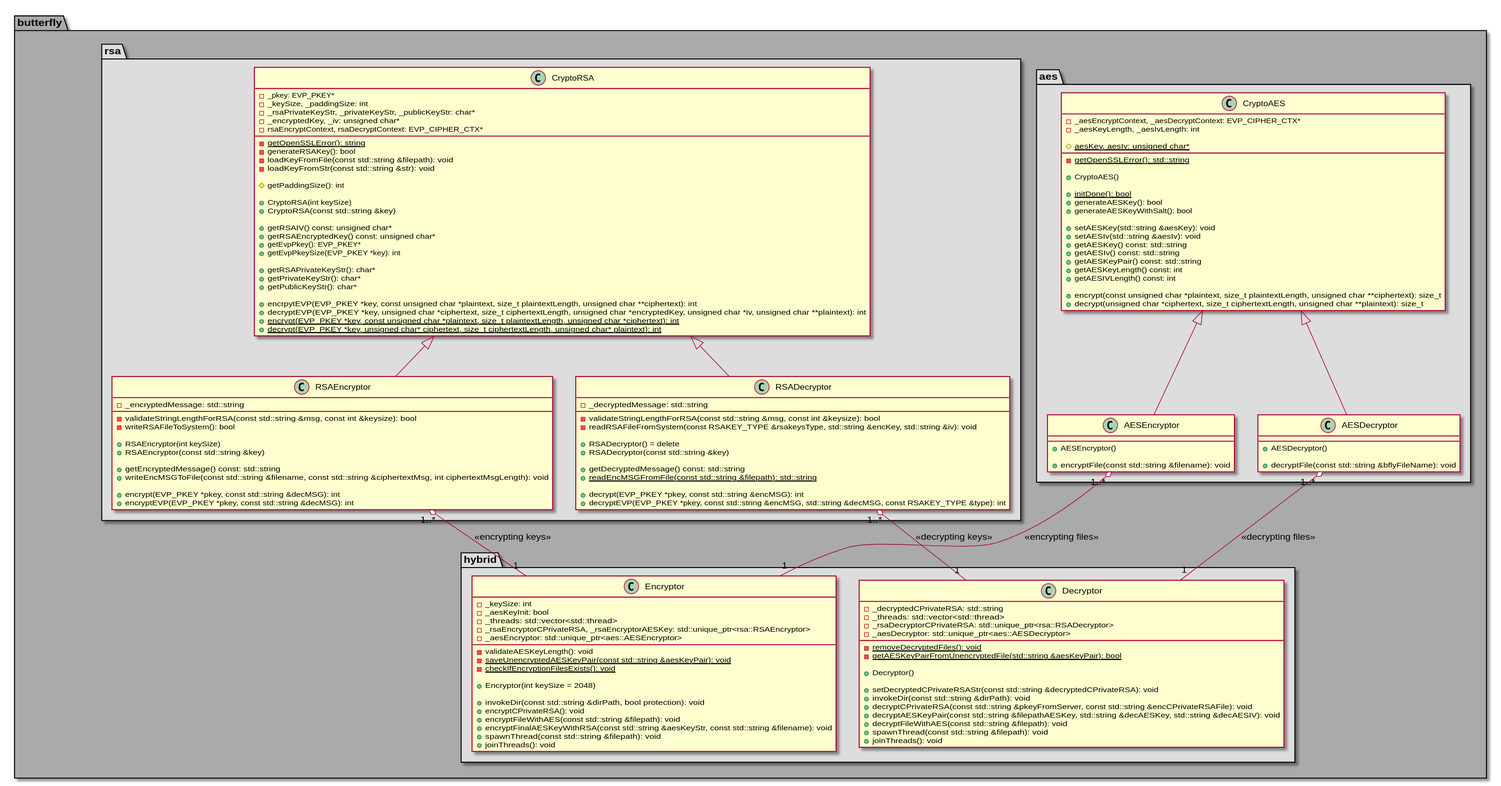
This is architecture/class_diagrams/crypto/hybrid.svg from bierschi/butterfly, a PlantUML export, as it was before one commit.
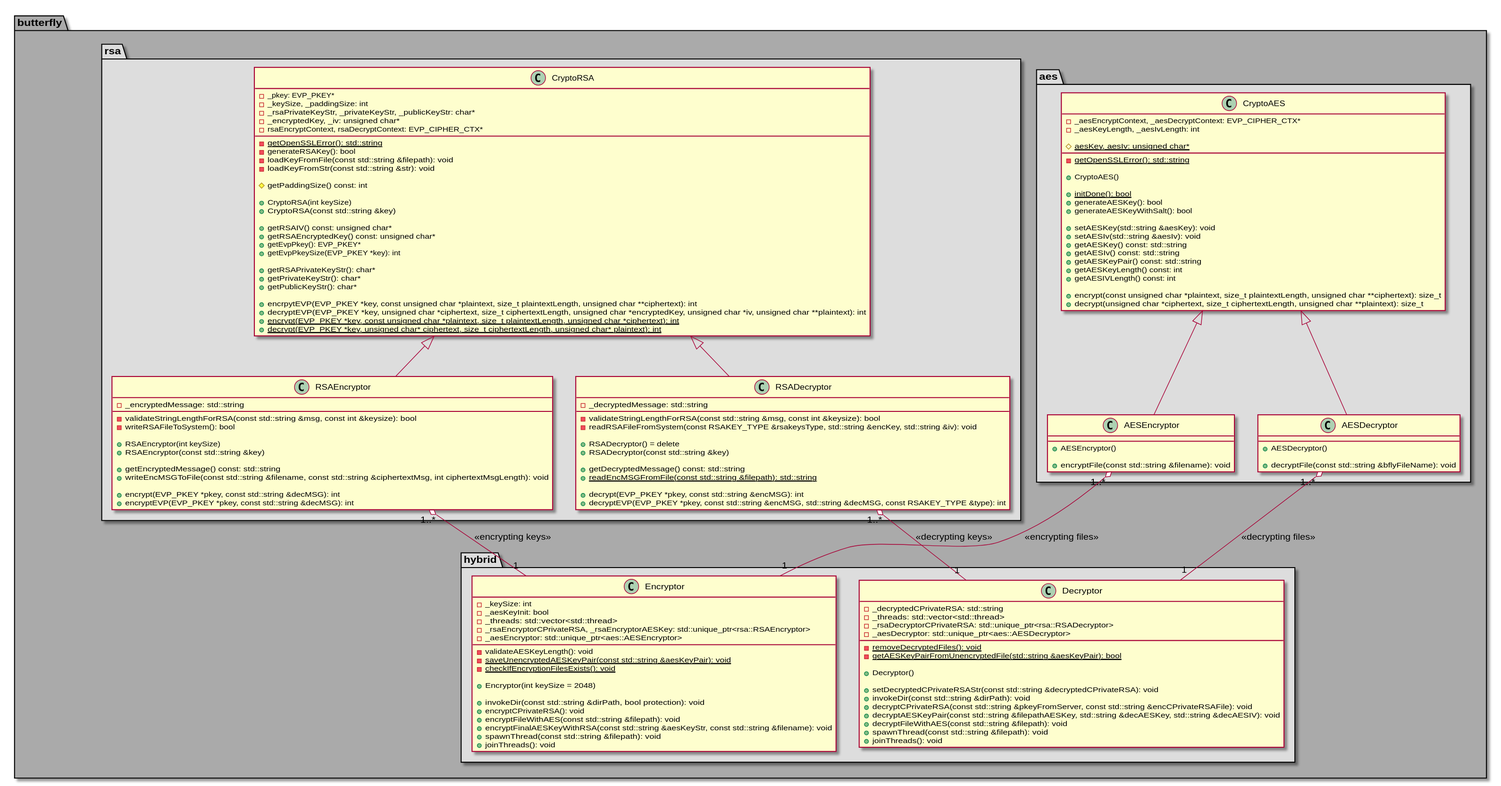
Later version of the same file.

What changed in the source:
```diff
@@ -5,121 +5,137 @@
 
 package aes #DDDDDD
 {
-    class CryptoAES
-    {
-        - _aesEncryptContext, _aesDecryptContext: EVP_CIPHER_CTX*
-        - _aesKeyLength, _aesIvLength: int
 
-        # {static} aesKey, aesIv: unsigned char*
+class CryptoAES
+{
+    - _aesEncryptContext, _aesDecryptContext: EVP_CIPHER_CTX*
+    - _aesKeyLength, _aesIvLength: int
 
-        - {static} getOpenSSLError(): std::string
+    # {static} aesKey, aesIv: unsigned char*
 
-        + CryptoAES()
+    - {static} getOpenSSLError(): std::string
 
-        + {static} initDone(): bool
-        + generateAESKey(): bool
-        + generateAESKeyWithSalt(): bool
+    + CryptoAES()
 
-        + setAESKey(std::string &aesKey): void
-        + setAESIv(std::string &aesIv): void
-        + getAESKey() const: std::string
-        + getAESIv() const: std::string
-        + getAESKeyPair() const: std::string
-        + getAESKeyLength() const: int
-        + getAESIVLength() const: int
+    + {static} initDone(): bool
+    + generateAESKey(): bool
+    + generateAESKeyWithSalt(): bool
 
-        + encrypt(const unsigned char *plaintext, size_t plaintextLength, unsigned char **ciphertext): size_t
-        + decrypt(unsigned char *ciphertext, size_t ciphertextLength, unsigned char **plaintext): size_t
-    }
+    + setAESKey(std::string &aesKey): void
+    + setAESIv(std::string &aesIv): void
+    + getAESKey() const: std::string
+    + getAESIv() const: std::string
+    + getAESKeyPair() const: std::string
+    + getAESKeyLength() const: int
+    + getAESIVLength() const: int
 
+    + encrypt(const unsigned char *plaintext, size_t plaintextLength, unsigned char **ciphertext): size_t
+    + decrypt(unsigned char *ciphertext, size_t ciphertextLength, unsigned char **plaintext): size_t
+}
 
-    class AESEncryptor
-    {
-        + AESEncryptor()
+class AESEncryptor
+{
+    + AESEncryptor()
 
-        + encryptFile(const std::string &filename): void
-
-    }
-
-    class AESDecryptor
-    {
-        + AESDecryptor()
-
-        + decryptFile(const std::string &bflyFileName): void
-    }
+    + encryptFile(const std::string &filename): void
 
 }
 
+class AESDecryptor
+{
+    + AESDecryptor()
+
+    + decryptFile(const std::string &bflyFileName): void
+}
+
+CryptoAES <|-- AESEncryptor
+CryptoAES <|-- AESDecryptor
+
+}
+
+}
+
+package butterfly #AAAAAA
+{
+
 package rsa #DDDDDD
 {
-    class CryptoRSA
-    {
-        - _pkey: EVP_PKEY*
-        - _keySize, _paddingSize: int
-        - _rsaPrivateKeyStr, _privateKeyStr, _publicKeyStr: char*
-        - _encryptedKey, _iv: unsigned char*
-        - rsaEncryptContext, rsaDecryptContext: EVP_CIPHER_CTX*
 
-        - {static} getOpenSSLError(): string
-        - generateRSAKey(): bool
-        - loadKeyFromFile(const std::string &filepath): void
-        - loadKeyFromStr(const std::string &str): void
+class CryptoRSA
+{
+    - _pkey: EVP_PKEY*
+    - _keySize, _paddingSize: int
+    - _rsaPrivateKeyStr, _privateKeyStr, _publicKeyStr: char*
+    - _encryptedKey, _iv: unsigned char*
+    - rsaEncryptContext, rsaDecryptContext: EVP_CIPHER_CTX*
 
-        # getPaddingSize(): int
+    - {static} getOpenSSLError(): std::string
+    - generateRSAKey(): bool
+    - loadKeyFromFile(const std::string &filepath): void
+    - loadKeyFromStr(const std::string &str): void
 
-        + CryptoRSA(int keySize)
-        + CryptoRSA(const std::string &key)
+    # getPaddingSize() const: int
 
-        + getRSAIV() const: unsigned char*
-        + getRSAEncryptedKey() const: unsigned char*
-        + getEvpPkey(): EVP_PKEY*
-        + getEvpPkeySize(EVP_PKEY *key): int
+    + CryptoRSA(int keySize)
+    + CryptoRSA(const std::string &key)
 
-        + getRSAPrivateKeyStr(): char*
-        + getPrivateKeyStr(): char*
-        + getPublicKeyStr(): char*
+    + getRSAIV() const: unsigned char*
+    + getRSAEncryptedKey() const: unsigned char*
+    + getEvpPkey(): EVP_PKEY*
+    + getEvpPkeySize(EVP_PKEY *key): int
 
-        + encrpytEVP(EVP_PKEY *key, const unsigned char *plaintext, size_t plaintextLength, unsigned char **ciphertext): int
-        + decryptEVP(EVP_PKEY *key, unsigned char *ciphertext, size_t ciphertextLength, unsigned char *encryptedKey, unsigned char *iv, unsigned char **plaintext): int
-        + {static} encrypt(EVP_PKEY *key, const unsigned char *plaintext, size_t plaintextLength, unsigned char *ciphertext): int
-        + {static} decrypt(EVP_PKEY *key, unsigned char* ciphertext, size_t ciphertextLength, unsigned char* plaintext): int
-    }
+    + getRSAPrivateKeyStr(): char*
+    + getPrivateKeyStr(): char*
+    + getPublicKeyStr(): char*
 
-    class RSAEncryptor
-    {
-        - _encryptedMessage: std::string
+    + encrpytEVP(EVP_PKEY *key, const unsigned char *plaintext, size_t plaintextLength, unsigned char **ciphertext): int
+    + decryptEVP(EVP_PKEY *key, unsigned char *ciphertext, size_t ciphertextLength, unsigned char *encryptedKey, unsigned char *iv, unsigned char **plaintext): int
+    + {static} encrypt(EVP_PKEY *key, const unsigned char *plaintext, size_t plaintextLength, unsigned char *ciphertext): int
+    + {static} decrypt(EVP_PKEY *key, unsigned char* ciphertext, size_t ciphertextLength, unsigned char* plaintext): int
+}
 
-        - validateStringLengthForRSA(const std::string &msg, const int &keysize): bool
-        - writeRSAFileToSystem(): bool
+class RSAEncryptor
+{
+    - _encryptedMessage: std::string
 
-        + RSAEncryptor(int keySize)
-        + RSAEncryptor(const std::string &key)
+    - validateStringLengthForRSA(const std::string &msg, const int &keysize): bool
+    - writeRSAFileToSystem(): bool
 
-        + getEncryptedMessage() const: std::string
-        + writeEncMSGToFile(const std::string &filename, const std::string &ciphertextMsg, int ciphertextMsgLength): void
+    + RSAEncryptor(int keySize)
+    + RSAEncryptor(const std::string &key)
 
-        + encrypt(EVP_PKEY *pkey, const std::string &decMSG): int
-        + encryptEVP(EVP_PKEY *pkey, const std::string &decMSG): int
-    }
+    + getEncryptedMessage() const: std::string
+    + writeEncMSGToFile(const std::string &filename, const std::string &ciphertextMsg, int ciphertextMsgLength): void
 
-    class RSADecryptor
-    {
-        - _decryptedMessage: std::string
+    + encrypt(EVP_PKEY *pkey, const std::string &decMSG): int
+    + encryptEVP(EVP_PKEY *pkey, const std::string &decMSG): int
+}
 
-        - validateStringLengthForRSA(const std::string &msg, const int &keysize): bool
-        - readRSAFileFromSystem(const RSAKEY_TYPE &rsakeysType, std::string &encKey, std::string &iv): void
+class RSADecryptor
+{
+    - _decryptedMessage: std::string
+    - validateStringLengthForRSA(const std::string &msg, const int &keysize): bool
+    - readRSAFileFromSystem(const RSAKEY_TYPE &rsakeysType, std::string &encKey, std::string &iv): void
 
-        + RSADecryptor() = delete
-        + RSADecryptor(const std::string &key)
+    + RSADecryptor() = delete
+    + RSADecryptor(const std::string &key)
 
-        + getDecryptedMessage() const: std::string
-        + {static} readEncMSGFromFile(const std::string &filepath): std::string
+    + getDecryptedMessage() const: std::string
+    + {static} readEncMSGFromFile(const std::string &filepath): std::string
 
-        + decrypt(EVP_PKEY *pkey, const std::string &encMSG): int
-        + decryptEVP(EVP_PKEY *pkey, const std::string &encMSG, std::string &decMSG, const RSAKEY_TYPE &type): int
-    }
+    + decrypt(EVP_PKEY *pkey, const std::string &encMSG): int
+    + decryptEVP(EVP_PKEY *pkey, const std::string &encMSG, std::string &decMSG, const RSAKEY_TYPE &type): int
+}
+
+CryptoRSA <|-- RSAEncryptor
+CryptoRSA <|-- RSADecryptor
 
 }
+
+}
+
+package butterfly #AAAAAA
+{
 
 package hybrid #DDDDDD
 {
@@ -184,12 +200,6 @@
   class Decryptor
 }
 
-CryptoRSA <|-- RSAEncryptor
-CryptoRSA <|-- RSADecryptor
-
-CryptoAES <|-- AESEncryptor
-CryptoAES <|-- AESDecryptor
-
 RSAEncryptor "1..*" o-- "1" Encryptor: <<encrypting keys>>
 AESEncryptor "1..*" o-- "1" Encryptor: <<encrypting files>>
 
```
